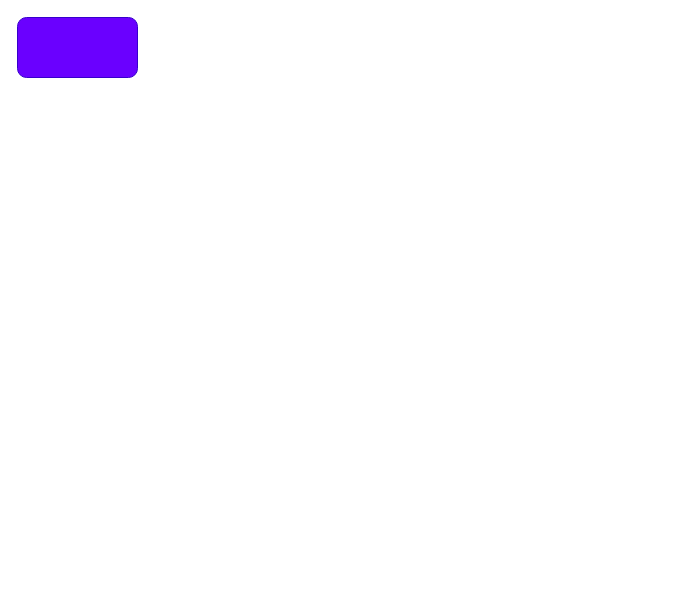
Earlier version of the draw.io diagram Untitled Diagram.drawio (taozi871052753/box.github.io). Source tidied: cells renumbered, new cells numbered last; positions are measured from the earlier drawing's top-left corner, leaving out a move shared by most shapes. Both pictures are drawn from the tidied source at 100%, with x=0, y=0 at pixel (17, 17).
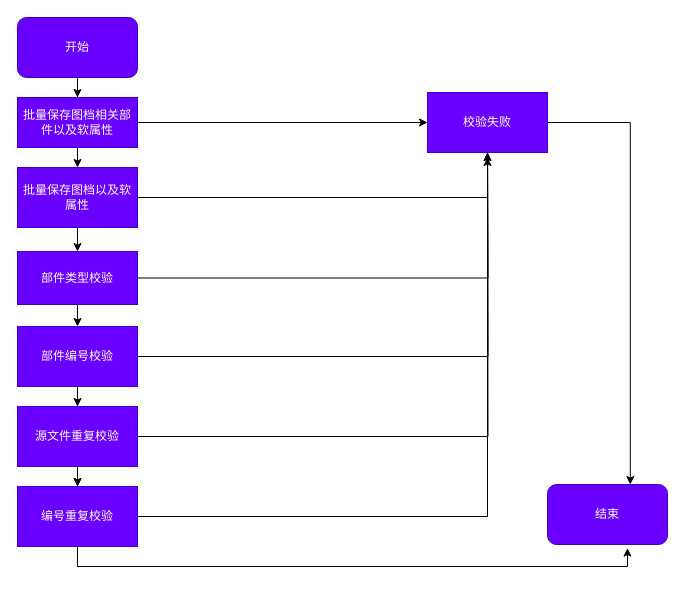
The same page after the edit.

The edit, as a diff of the source:
```diff
@@
+    <mxCell id="3" style="edgeStyle=orthogonalEdgeStyle;rounded=0;jettySize=auto;html=1;exitX=0.5;exitY=1;exitDx=0;exitDy=0;" parent="1" edge="1" source="2" target="6">
+      <mxGeometry relative="1" as="geometry" />
+    </mxCell>
-    <mxCell id="2" style="rounded=1;whiteSpace=wrap;html=1;fillColor=#6a00ff;fontColor=#ffffff;strokeColor=#3700CC;" parent="1" vertex="1">
+    <mxCell id="2" value="开始" style="rounded=1;whiteSpace=wrap;html=1;fillColor=#6a00ff;fontColor=#ffffff;strokeColor=#3700CC;" parent="1" vertex="1">
       <mxGeometry width="120" height="60" as="geometry" />
     </mxCell>
+    <mxCell id="4" style="edgeStyle=orthogonalEdgeStyle;rounded=0;jettySize=auto;html=1;exitX=0.5;exitY=1;exitDx=0;exitDy=0;entryX=0.5;entryY=0;entryDx=0;entryDy=0;" parent="1" edge="1" source="6" target="9">
+      <mxGeometry relative="1" as="geometry" />
+    </mxCell>
+    <mxCell id="5" style="edgeStyle=orthogonalEdgeStyle;rounded=0;jettySize=auto;html=1;exitX=1;exitY=0.5;exitDx=0;exitDy=0;" parent="1" edge="1" source="6" target="25">
+      <mxGeometry relative="1" as="geometry" />
+    </mxCell>
+    <mxCell id="6" value="批量保存图档相关部件以及软属性" style="rounded=0;whiteSpace=wrap;html=1;fillColor=#6a00ff;fontColor=#ffffff;strokeColor=#3700CC;" parent="1" vertex="1">
+      <mxGeometry y="80" width="120" height="50" as="geometry" />
+    </mxCell>
+    <mxCell id="7" style="edgeStyle=orthogonalEdgeStyle;rounded=0;jettySize=auto;html=1;exitX=0.5;exitY=1;exitDx=0;exitDy=0;" parent="1" edge="1" source="9" target="12">
+      <mxGeometry relative="1" as="geometry" />
+    </mxCell>
+    <mxCell id="8" style="edgeStyle=orthogonalEdgeStyle;rounded=0;jettySize=auto;html=1;exitX=1;exitY=0.5;exitDx=0;exitDy=0;" parent="1" edge="1" source="9" target="25">
+      <mxGeometry relative="1" as="geometry" />
+    </mxCell>
+    <mxCell id="9" value="批量保存图档以及软属性" style="rounded=0;whiteSpace=wrap;html=1;fillColor=#6a00ff;fontColor=#ffffff;strokeColor=#3700CC;" parent="1" vertex="1">
+      <mxGeometry y="150" width="120" height="60" as="geometry" />
+    </mxCell>
+    <mxCell id="10" style="edgeStyle=orthogonalEdgeStyle;rounded=0;jettySize=auto;html=1;exitX=0.5;exitY=1;exitDx=0;exitDy=0;entryX=0.5;entryY=0;entryDx=0;entryDy=0;" parent="1" edge="1" source="12" target="16">
+      <mxGeometry relative="1" as="geometry" />
+    </mxCell>
+    <mxCell id="11" style="edgeStyle=orthogonalEdgeStyle;rounded=0;jettySize=auto;html=1;exitX=1;exitY=0.5;exitDx=0;exitDy=0;" parent="1" edge="1" source="12">
+      <mxGeometry relative="1" as="geometry">
+        <mxPoint x="470" y="120" as="targetPoint" />
+      </mxGeometry>
+    </mxCell>
+    <mxCell id="12" value="部件类型校验" style="rounded=0;whiteSpace=wrap;html=1;fillColor=#6a00ff;fontColor=#ffffff;strokeColor=#3700CC;" parent="1" vertex="1">
+      <mxGeometry y="234" width="120" height="53" as="geometry" />
+    </mxCell>
+    <mxCell id="13" style="edgeStyle=orthogonalEdgeStyle;rounded=0;jettySize=auto;html=1;exitX=0.5;exitY=1;exitDx=0;exitDy=0;entryX=0.5;entryY=0;entryDx=0;entryDy=0;" parent="1" edge="1" source="16" target="19">
+      <mxGeometry relative="1" as="geometry" />
+    </mxCell>
+    <mxCell id="14" style="edgeStyle=orthogonalEdgeStyle;rounded=0;jettySize=auto;html=1;exitX=1;exitY=0.5;exitDx=0;exitDy=0;" parent="1" edge="1" source="16">
+      <mxGeometry relative="1" as="geometry">
+        <mxPoint x="470" y="120" as="targetPoint" />
+      </mxGeometry>
+    </mxCell>
+    <mxCell id="15" style="edgeStyle=orthogonalEdgeStyle;rounded=0;jettySize=auto;html=1;" parent="1" edge="1" source="16" target="22">
+      <mxGeometry relative="1" as="geometry" />
+    </mxCell>
+    <mxCell id="16" value="部件编号校验" style="rounded=0;whiteSpace=wrap;html=1;fillColor=#6a00ff;fontColor=#ffffff;strokeColor=#3700CC;" parent="1" vertex="1">
+      <mxGeometry y="309" width="120" height="60" as="geometry" />
+    </mxCell>
+    <mxCell id="17" style="edgeStyle=orthogonalEdgeStyle;rounded=0;jettySize=auto;html=1;exitX=0.5;exitY=1;exitDx=0;exitDy=0;" parent="1" edge="1" source="19" target="22">
+      <mxGeometry relative="1" as="geometry" />
+    </mxCell>
+    <mxCell id="18" style="edgeStyle=orthogonalEdgeStyle;rounded=0;jettySize=auto;html=1;exitX=1;exitY=0.5;exitDx=0;exitDy=0;" parent="1" edge="1" source="19">
+      <mxGeometry relative="1" as="geometry">
+        <mxPoint x="470" y="140" as="targetPoint" />
+      </mxGeometry>
+    </mxCell>
+    <mxCell id="19" value="源文件重复校验" style="rounded=0;whiteSpace=wrap;html=1;fillColor=#6a00ff;fontColor=#ffffff;strokeColor=#3700CC;" parent="1" vertex="1">
+      <mxGeometry y="389" width="120" height="60" as="geometry" />
+    </mxCell>
+    <mxCell id="20" style="edgeStyle=orthogonalEdgeStyle;rounded=0;jettySize=auto;html=1;exitX=1;exitY=0.5;exitDx=0;exitDy=0;" parent="1" edge="1" source="22" target="25">
+      <mxGeometry relative="1" as="geometry" />
+    </mxCell>
+    <mxCell id="21" style="edgeStyle=orthogonalEdgeStyle;rounded=0;jettySize=auto;html=1;exitX=0.5;exitY=1;exitDx=0;exitDy=0;" parent="1" edge="1" source="22">
+      <mxGeometry relative="1" as="geometry">
+        <mxPoint x="610" y="530.6" as="targetPoint" />
+        <Array as="points">
+          <mxPoint x="60" y="549" />
+          <mxPoint x="610" y="549" />
+        </Array>
+      </mxGeometry>
+    </mxCell>
+    <mxCell id="22" value="编号重复校验" style="rounded=0;whiteSpace=wrap;html=1;fillColor=#6a00ff;fontColor=#ffffff;strokeColor=#3700CC;" parent="1" vertex="1">
+      <mxGeometry y="469" width="120" height="60" as="geometry" />
+    </mxCell>
+    <mxCell id="23" value="结束" style="rounded=1;whiteSpace=wrap;html=1;fillColor=#6a00ff;fontColor=#ffffff;strokeColor=#3700CC;" parent="1" vertex="1">
+      <mxGeometry x="530" y="467" width="120" height="60" as="geometry" />
+    </mxCell>
+    <mxCell id="24" style="edgeStyle=orthogonalEdgeStyle;rounded=0;jettySize=auto;html=1;exitX=1;exitY=0.5;exitDx=0;exitDy=0;entryX=0.69;entryY=0;entryDx=0;entryDy=0;entryPerimeter=0;" parent="1" edge="1" source="25" target="23">
+      <mxGeometry relative="1" as="geometry" />
+    </mxCell>
+    <mxCell id="25" value="校验失败" style="rounded=0;whiteSpace=wrap;html=1;fillColor=#6a00ff;fontColor=#ffffff;strokeColor=#3700CC;" parent="1" vertex="1">
+      <mxGeometry x="410" y="75" width="120" height="60" as="geometry" />
+    </mxCell>
```
